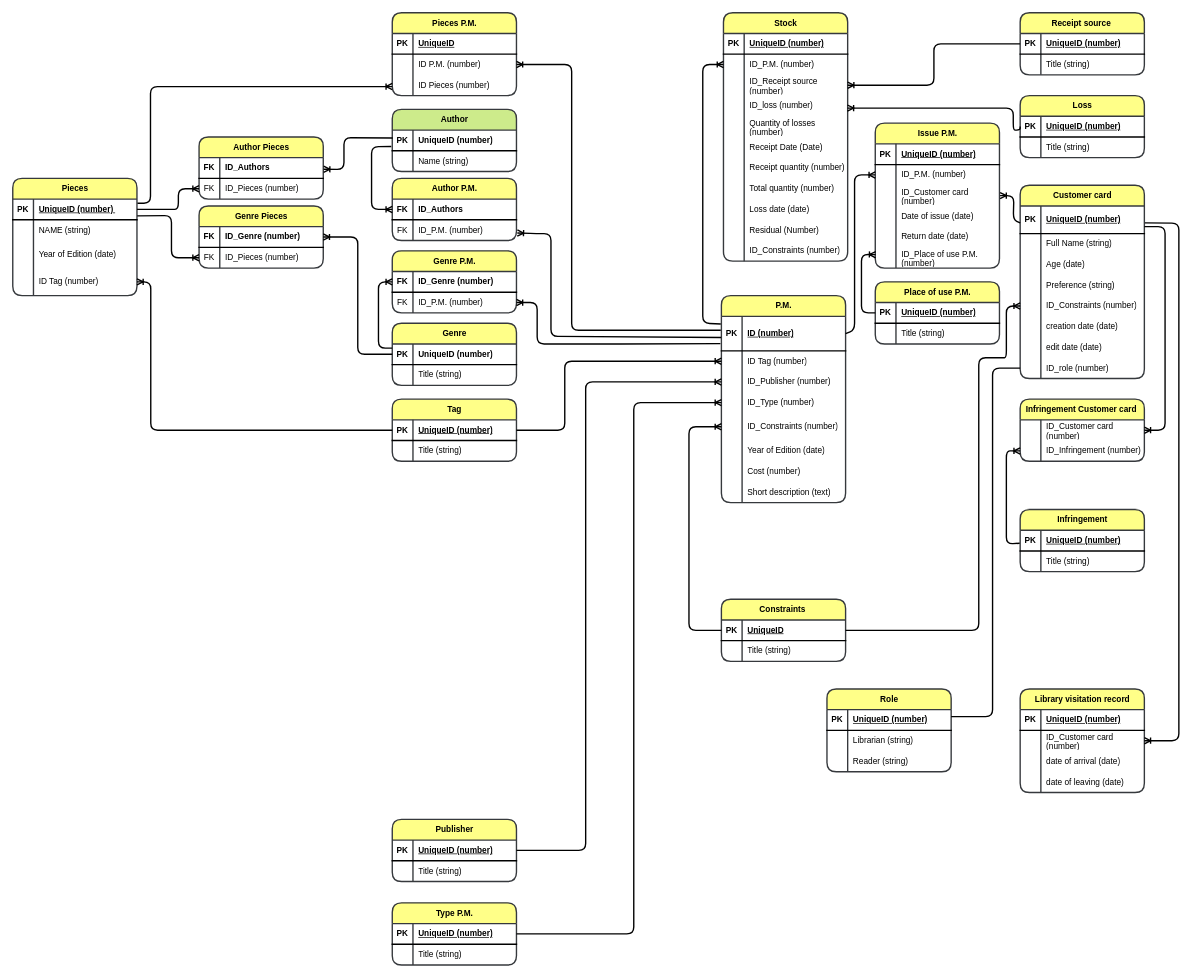
whoIsJhonGalt/repFirst keeps this draw.io diagram as page "Страница — 2" (2 of 3) of Диаграмма без названия.drawio. Above is the earlier version. Source tidied: cells renumbered, new cells numbered last; positions are measured from the earlier drawing's top-left corner, leaving out a move shared by most shapes. Both pictures are drawn from the tidied source at 69%, with x=0, y=0 at pixel (12, 12).
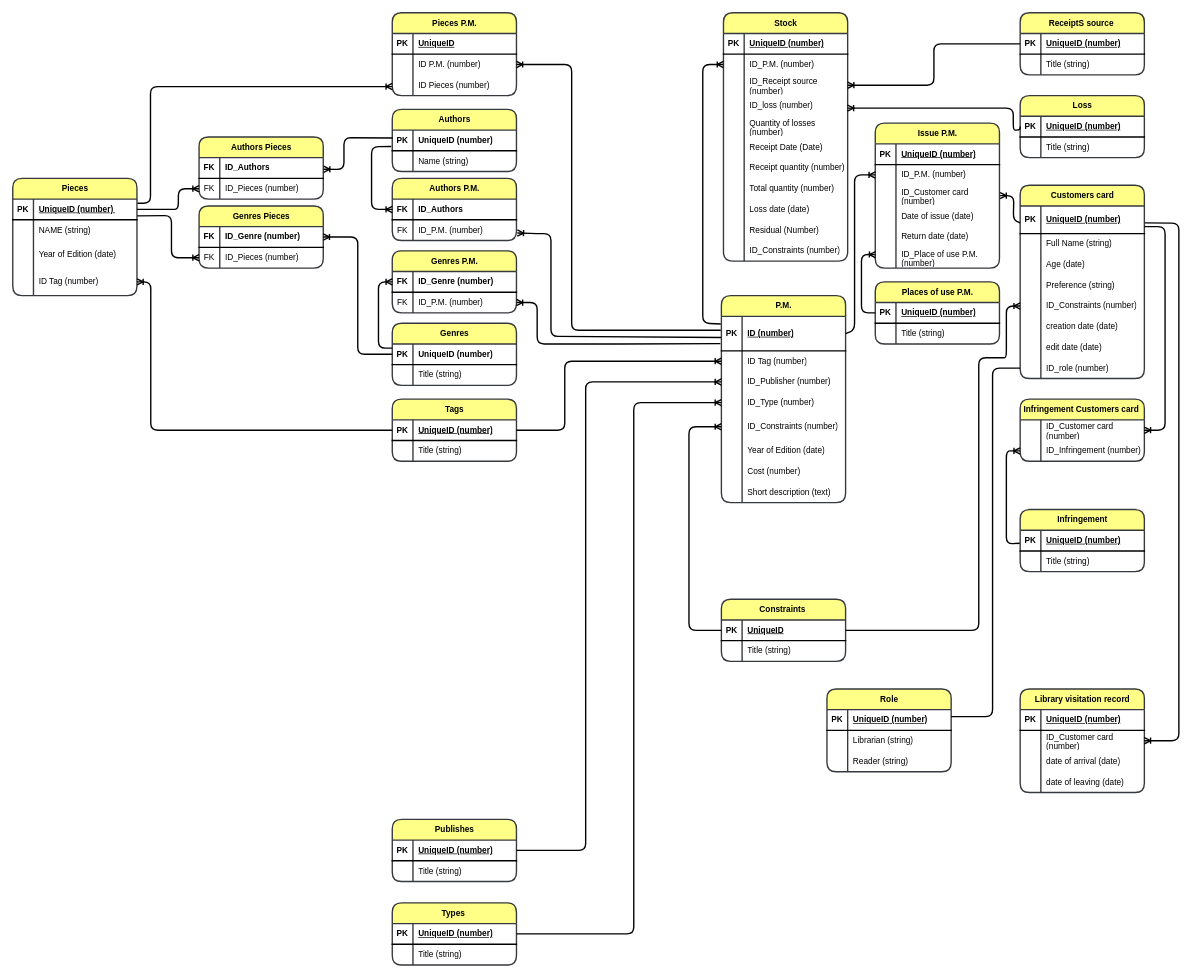
The same page after the edit.

Diff of the diagram source:
```diff
@@
-    <mxCell id="27" value="Author" style="shape=table;startSize=30;childLayout=tableLayout;rowLines=0;fontStyle=1;align=center;html=1;rounded=1;labelBackgroundColor=none;strokeWidth=2;shadow=0;fontFamily=Helvetica;verticalAlign=middle;horizontal=1;fontSize=12;swimlaneLine=1;fillColor=#cdeb8b;strokeColor=#36393d;" parent="1" vertex="1">
+    <mxCell id="27" value="Authors" style="shape=table;startSize=30;childLayout=tableLayout;rowLines=0;fontStyle=1;align=center;html=1;rounded=1;labelBackgroundColor=none;strokeWidth=2;shadow=0;fontFamily=Helvetica;verticalAlign=middle;horizontal=1;fontSize=12;swimlaneLine=1;fillColor=#ffff88;strokeColor=#36393d;" parent="1" vertex="1">
       <mxGeometry x="550" y="140" width="180" height="90" as="geometry" />
     </mxCell>
@@
-    <mxCell id="34" value="Genre" style="shape=table;startSize=30;childLayout=tableLayout;rowLines=0;fontStyle=1;align=center;html=1;rounded=1;labelBackgroundColor=none;strokeWidth=2;shadow=0;fontFamily=Helvetica;verticalAlign=middle;horizontal=1;fontSize=12;swimlaneLine=1;fillColor=#ffff88;strokeColor=#36393d;" parent="1" vertex="1">
+    <mxCell id="34" value="Genres" style="shape=table;startSize=30;childLayout=tableLayout;rowLines=0;fontStyle=1;align=center;html=1;rounded=1;labelBackgroundColor=none;strokeWidth=2;shadow=0;fontFamily=Helvetica;verticalAlign=middle;horizontal=1;fontSize=12;swimlaneLine=1;fillColor=#ffff88;strokeColor=#36393d;" parent="1" vertex="1">
       <mxGeometry x="550" y="450" width="180" height="90" as="geometry" />
     </mxCell>
@@
-    <mxCell id="41" value="Publisher" style="shape=table;startSize=30;childLayout=tableLayout;rowLines=0;fontStyle=1;align=center;html=1;rounded=1;labelBackgroundColor=none;strokeWidth=2;shadow=0;fontFamily=Helvetica;verticalAlign=middle;horizontal=1;fontSize=12;swimlaneLine=1;fillColor=#ffff88;strokeColor=#36393d;" parent="1" vertex="1">
+    <mxCell id="41" value="Publishes" style="shape=table;startSize=30;childLayout=tableLayout;rowLines=0;fontStyle=1;align=center;html=1;rounded=1;labelBackgroundColor=none;strokeWidth=2;shadow=0;fontFamily=Helvetica;verticalAlign=middle;horizontal=1;fontSize=12;swimlaneLine=1;fillColor=#ffff88;strokeColor=#36393d;" parent="1" vertex="1">
       <mxGeometry x="550" y="1169" width="180" height="90" as="geometry" />
     </mxCell>
@@
-    <mxCell id="48" value="Tag" style="shape=table;startSize=30;childLayout=tableLayout;rowLines=0;fontStyle=1;align=center;html=1;rounded=1;labelBackgroundColor=none;strokeWidth=2;shadow=0;fontFamily=Helvetica;verticalAlign=middle;horizontal=1;fontSize=12;swimlaneLine=1;fillColor=#ffff88;strokeColor=#36393d;" parent="1" vertex="1">
+    <mxCell id="48" value="Tags" style="shape=table;startSize=30;childLayout=tableLayout;rowLines=0;fontStyle=1;align=center;html=1;rounded=1;labelBackgroundColor=none;strokeWidth=2;shadow=0;fontFamily=Helvetica;verticalAlign=middle;horizontal=1;fontSize=12;swimlaneLine=1;fillColor=#ffff88;strokeColor=#36393d;" parent="1" vertex="1">
       <mxGeometry x="550" y="560" width="180" height="90" as="geometry" />
     </mxCell>
@@
-    <mxCell id="75" value="Type P.M." style="shape=table;startSize=30;childLayout=tableLayout;rowLines=0;fontStyle=1;align=center;html=1;rounded=1;labelBackgroundColor=none;strokeWidth=2;shadow=0;fontFamily=Helvetica;verticalAlign=middle;horizontal=1;fontSize=12;swimlaneLine=1;fillColor=#ffff88;strokeColor=#36393d;" parent="1" vertex="1">
+    <mxCell id="75" value="Types&amp;nbsp;" style="shape=table;startSize=30;childLayout=tableLayout;rowLines=0;fontStyle=1;align=center;html=1;rounded=1;labelBackgroundColor=none;strokeWidth=2;shadow=0;fontFamily=Helvetica;verticalAlign=middle;horizontal=1;fontSize=12;swimlaneLine=1;fillColor=#ffff88;strokeColor=#36393d;" parent="1" vertex="1">
       <mxGeometry x="550" y="1290" width="180" height="90" as="geometry" />
     </mxCell>
@@
-    <mxCell id="116" value="Receipt source&amp;nbsp;" style="shape=table;startSize=30;childLayout=tableLayout;rowLines=0;fontStyle=1;align=center;html=1;rounded=1;labelBackgroundColor=none;strokeWidth=2;shadow=0;fontFamily=Helvetica;verticalAlign=middle;horizontal=1;fontSize=12;swimlaneLine=1;fillColor=#ffff88;strokeColor=#36393d;" parent="1" vertex="1">
+    <mxCell id="116" value="ReceiptS source&amp;nbsp;" style="shape=table;startSize=30;childLayout=tableLayout;rowLines=0;fontStyle=1;align=center;html=1;rounded=1;labelBackgroundColor=none;strokeWidth=2;shadow=0;fontFamily=Helvetica;verticalAlign=middle;horizontal=1;fontSize=12;swimlaneLine=1;fillColor=#ffff88;strokeColor=#36393d;" parent="1" vertex="1">
       <mxGeometry x="1460" width="180" height="90" as="geometry" />
     </mxCell>
@@
-    <mxCell id="132" value="Сustomer card" style="shape=table;startSize=30;childLayout=tableLayout;rowLines=0;fontStyle=1;align=center;html=1;rounded=1;labelBackgroundColor=none;strokeWidth=2;shadow=0;fontFamily=Helvetica;verticalAlign=middle;horizontal=1;fontSize=12;swimlaneLine=1;fillColor=#ffff88;strokeColor=#36393d;" parent="1" vertex="1">
+    <mxCell id="132" value="Сustomers card" style="shape=table;startSize=30;childLayout=tableLayout;rowLines=0;fontStyle=1;align=center;html=1;rounded=1;labelBackgroundColor=none;strokeWidth=2;shadow=0;fontFamily=Helvetica;verticalAlign=middle;horizontal=1;fontSize=12;swimlaneLine=1;fillColor=#ffff88;strokeColor=#36393d;" parent="1" vertex="1">
       <mxGeometry x="1460" y="250" width="180" height="280" as="geometry" />
     </mxCell>
@@
-    <mxCell id="164" value="Place of use P.M." style="shape=table;startSize=30;childLayout=tableLayout;rowLines=0;fontStyle=1;align=center;html=1;rounded=1;labelBackgroundColor=none;strokeWidth=2;shadow=0;fontFamily=Helvetica;verticalAlign=middle;horizontal=1;fontSize=12;swimlaneLine=1;fillColor=#ffff88;strokeColor=#36393d;" parent="1" vertex="1">
+    <mxCell id="164" value="Places of use P.M." style="shape=table;startSize=30;childLayout=tableLayout;rowLines=0;fontStyle=1;align=center;html=1;rounded=1;labelBackgroundColor=none;strokeWidth=2;shadow=0;fontFamily=Helvetica;verticalAlign=middle;horizontal=1;fontSize=12;swimlaneLine=1;fillColor=#ffff88;strokeColor=#36393d;" parent="1" vertex="1">
       <mxGeometry x="1250" y="390" width="180" height="90" as="geometry" />
     </mxCell>
@@
-    <mxCell id="222" value="Infringement Customer card&amp;nbsp;" style="shape=table;startSize=30;childLayout=tableLayout;rowLines=0;fontStyle=1;align=center;html=1;rounded=1;labelBackgroundColor=none;strokeWidth=2;shadow=0;fontFamily=Helvetica;verticalAlign=middle;horizontal=1;fontSize=12;swimlaneLine=1;fillColor=#ffff88;strokeColor=#36393d;" parent="1" vertex="1">
+    <mxCell id="222" value="Infringement Customers card&amp;nbsp;" style="shape=table;startSize=30;childLayout=tableLayout;rowLines=0;fontStyle=1;align=center;html=1;rounded=1;labelBackgroundColor=none;strokeWidth=2;shadow=0;fontFamily=Helvetica;verticalAlign=middle;horizontal=1;fontSize=12;swimlaneLine=1;fillColor=#ffff88;strokeColor=#36393d;" parent="1" vertex="1">
       <mxGeometry x="1460" y="560" width="180" height="90" as="geometry" />
     </mxCell>
@@
-    <mxCell id="247" value="Author P.M." style="shape=table;startSize=30;childLayout=tableLayout;rowLines=0;fontStyle=1;align=center;html=1;rounded=1;labelBackgroundColor=none;strokeWidth=2;shadow=0;fontFamily=Helvetica;verticalAlign=middle;horizontal=1;fontSize=12;swimlaneLine=1;fillColor=#ffff88;strokeColor=#36393d;" parent="1" vertex="1">
+    <mxCell id="247" value="Authors P.M." style="shape=table;startSize=30;childLayout=tableLayout;rowLines=0;fontStyle=1;align=center;html=1;rounded=1;labelBackgroundColor=none;strokeWidth=2;shadow=0;fontFamily=Helvetica;verticalAlign=middle;horizontal=1;fontSize=12;swimlaneLine=1;fillColor=#ffff88;strokeColor=#36393d;" parent="1" vertex="1">
       <mxGeometry x="550" y="240" width="180" height="90" as="geometry" />
     </mxCell>
@@
-    <mxCell id="256" value="Genre P.M." style="shape=table;startSize=30;childLayout=tableLayout;rowLines=0;fontStyle=1;align=center;html=1;rounded=1;labelBackgroundColor=none;strokeWidth=2;shadow=0;fontFamily=Helvetica;verticalAlign=middle;horizontal=1;fontSize=12;swimlaneLine=1;fillColor=#ffff88;strokeColor=#36393d;" parent="1" vertex="1">
+    <mxCell id="256" value="Genres P.M." style="shape=table;startSize=30;childLayout=tableLayout;rowLines=0;fontStyle=1;align=center;html=1;rounded=1;labelBackgroundColor=none;strokeWidth=2;shadow=0;fontFamily=Helvetica;verticalAlign=middle;horizontal=1;fontSize=12;swimlaneLine=1;fillColor=#ffff88;strokeColor=#36393d;" parent="1" vertex="1">
       <mxGeometry x="550" y="345" width="180" height="90" as="geometry" />
     </mxCell>
@@
-    <mxCell id="265" value="Genre Pieces" style="shape=table;startSize=30;childLayout=tableLayout;rowLines=0;fontStyle=1;align=center;html=1;rounded=1;labelBackgroundColor=none;strokeWidth=2;shadow=0;fontFamily=Helvetica;verticalAlign=middle;horizontal=1;fontSize=12;swimlaneLine=1;fillColor=#ffff88;strokeColor=#36393d;" parent="1" vertex="1">
+    <mxCell id="265" value="Genres Pieces" style="shape=table;startSize=30;childLayout=tableLayout;rowLines=0;fontStyle=1;align=center;html=1;rounded=1;labelBackgroundColor=none;strokeWidth=2;shadow=0;fontFamily=Helvetica;verticalAlign=middle;horizontal=1;fontSize=12;swimlaneLine=1;fillColor=#ffff88;strokeColor=#36393d;" parent="1" vertex="1">
       <mxGeometry x="270" y="280" width="180" height="90" as="geometry" />
     </mxCell>
@@
-    <mxCell id="272" value="Author Pieces" style="shape=table;startSize=30;childLayout=tableLayout;rowLines=0;fontStyle=1;align=center;html=1;rounded=1;labelBackgroundColor=none;strokeWidth=2;shadow=0;fontFamily=Helvetica;verticalAlign=middle;horizontal=1;fontSize=12;swimlaneLine=1;fillColor=#ffff88;strokeColor=#36393d;" parent="1" vertex="1">
+    <mxCell id="272" value="Authors Pieces" style="shape=table;startSize=30;childLayout=tableLayout;rowLines=0;fontStyle=1;align=center;html=1;rounded=1;labelBackgroundColor=none;strokeWidth=2;shadow=0;fontFamily=Helvetica;verticalAlign=middle;horizontal=1;fontSize=12;swimlaneLine=1;fillColor=#ffff88;strokeColor=#36393d;" parent="1" vertex="1">
       <mxGeometry x="270" y="180" width="180" height="90" as="geometry" />
     </mxCell>
```
